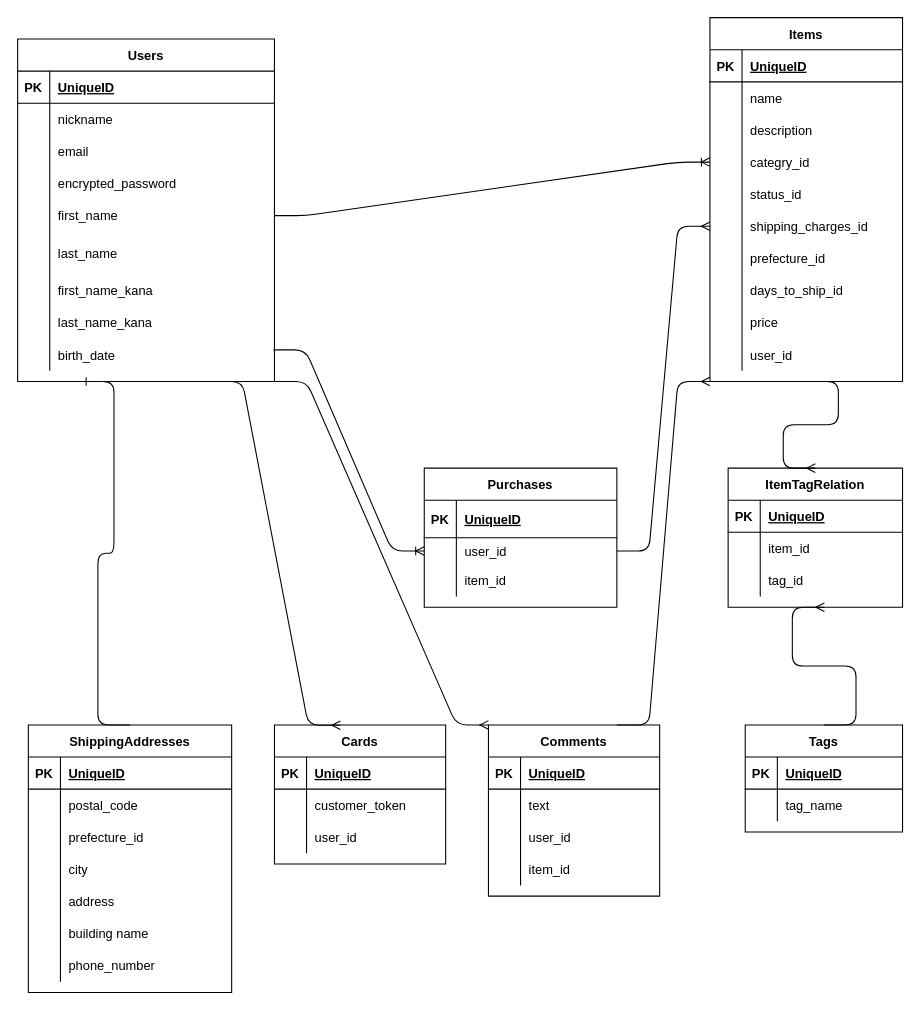
Earlier version of the draw.io diagram furima.dio (kandanaoki/furima-35832). Source tidied: cells renumbered, new cells numbered last; positions are measured from the earlier drawing's top-left corner, leaving out a move shared by most shapes. Both pictures are drawn from the tidied source at 107%, with x=0, y=0 at pixel (17, 17).
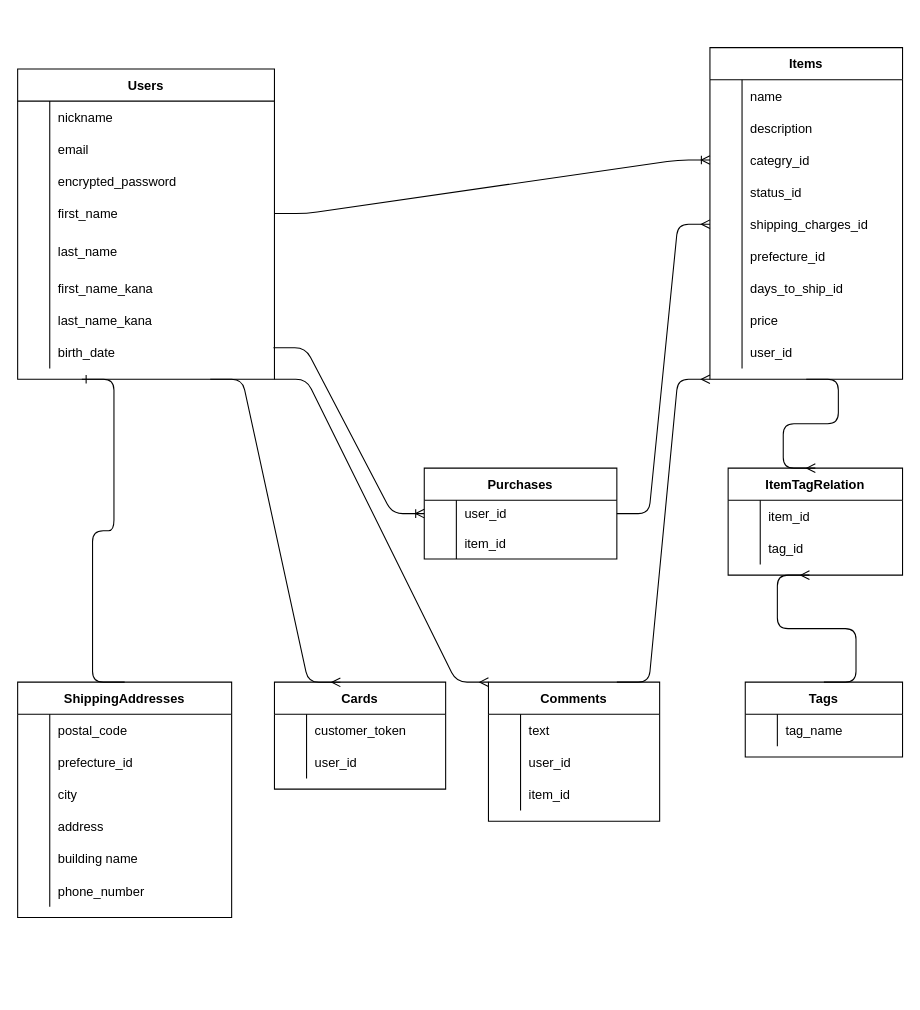
After the change.

The edit, as a diff of the source:
```diff
@@
     <mxCell id="2" value="Items" style="shape=table;startSize=30;childLayout=tableLayout;rowLines=0;fontStyle=1;align=center;" parent="1" vertex="1">
-      <mxGeometry x="647" width="180" height="340" as="geometry" />
+      <mxGeometry x="647" y="28" width="180" height="310" as="geometry" />
     </mxCell>
-    <mxCell id="3" style="shape=partialRectangle;fillColor=none;top=0;left=0;bottom=1;right=0;" parent="2" vertex="1">
-      <mxGeometry y="30" width="180" height="30" as="geometry" />
-    </mxCell>
-    <mxCell id="4" value="PK" style="shape=partialRectangle;fillColor=none;top=0;left=0;bottom=0;right=0;fontStyle=1;overflow=hidden;" parent="3" vertex="1">
-      <mxGeometry width="30" height="30" as="geometry" />
-    </mxCell>
-    <mxCell id="5" value="UniqueID" style="shape=partialRectangle;fillColor=none;top=0;left=0;bottom=0;right=0;align=left;spacingLeft=6;fontStyle=5;overflow=hidden;" parent="3" vertex="1">
-      <mxGeometry x="30" width="150" height="30" as="geometry" />
-    </mxCell>
     <mxCell id="6" style="shape=partialRectangle;fillColor=none;top=0;left=0;bottom=0;right=0;" parent="2" vertex="1">
-      <mxGeometry y="60" width="180" height="30" as="geometry" />
+      <mxGeometry y="30" width="180" height="30" as="geometry" />
     </mxCell>
@@
     <mxCell id="9" style="shape=partialRectangle;fillColor=none;top=0;left=0;bottom=0;right=0;" parent="2" vertex="1">
-      <mxGeometry y="90" width="180" height="30" as="geometry" />
+      <mxGeometry y="60" width="180" height="30" as="geometry" />
     </mxCell>
@@
     <mxCell id="12" style="shape=partialRectangle;fillColor=none;top=0;left=0;bottom=0;right=0;points=[[0,0.5],[1,0.5]];portConstraint=eastwest;" parent="2" vertex="1">
-      <mxGeometry y="120" width="180" height="30" as="geometry" />
+      <mxGeometry y="90" width="180" height="30" as="geometry" />
     </mxCell>
@@
     <mxCell id="15" style="shape=partialRectangle;fillColor=none;top=0;left=0;bottom=0;right=0;" parent="2" vertex="1">
-      <mxGeometry y="150" width="180" height="30" as="geometry" />
+      <mxGeometry y="120" width="180" height="30" as="geometry" />
     </mxCell>
@@
     <mxCell id="18" style="shape=partialRectangle;fillColor=none;top=0;left=0;bottom=0;right=0;points=[[0,0.5],[1,0.5]];portConstraint=eastwest;" parent="2" vertex="1">
-      <mxGeometry y="180" width="180" height="30" as="geometry" />
+      <mxGeometry y="150" width="180" height="30" as="geometry" />
     </mxCell>
@@
     <mxCell id="21" style="shape=partialRectangle;fillColor=none;top=0;left=0;bottom=0;right=0;" parent="2" vertex="1">
-      <mxGeometry y="210" width="180" height="30" as="geometry" />
+      <mxGeometry y="180" width="180" height="30" as="geometry" />
     </mxCell>
@@
     <mxCell id="24" style="shape=partialRectangle;fillColor=none;top=0;left=0;bottom=0;right=0;" parent="2" vertex="1">
-      <mxGeometry y="240" width="180" height="30" as="geometry" />
+      <mxGeometry y="210" width="180" height="30" as="geometry" />
     </mxCell>
@@
     <mxCell id="27" style="shape=partialRectangle;fillColor=none;top=0;left=0;bottom=0;right=0;" parent="2" vertex="1">
-      <mxGeometry y="270" width="180" height="30" as="geometry" />
+      <mxGeometry y="240" width="180" height="30" as="geometry" />
     </mxCell>
@@
     <mxCell id="30" style="shape=partialRectangle;fillColor=none;top=0;left=0;bottom=0;right=0;" parent="2" vertex="1">
-      <mxGeometry y="300" width="180" height="30" as="geometry" />
+      <mxGeometry y="270" width="180" height="30" as="geometry" />
     </mxCell>
@@
     <mxCell id="33" value="Purchases" style="shape=table;startSize=30;childLayout=tableLayout;rowLines=0;fontStyle=1;align=center;" parent="1" vertex="1">
-      <mxGeometry x="380" y="421" width="180" height="130" as="geometry" />
+      <mxGeometry x="380" y="421" width="180" height="85" as="geometry" />
     </mxCell>
-    <mxCell id="34" style="shape=partialRectangle;fillColor=none;top=0;left=0;bottom=1;right=0;" parent="33" vertex="1">
-      <mxGeometry y="30" width="180" height="35" as="geometry" />
-    </mxCell>
-    <mxCell id="35" value="PK" style="shape=partialRectangle;fillColor=none;top=0;left=0;bottom=0;right=0;fontStyle=1;overflow=hidden;" parent="34" vertex="1">
-      <mxGeometry width="30" height="35" as="geometry" />
-    </mxCell>
-    <mxCell id="36" value="UniqueID" style="shape=partialRectangle;fillColor=none;top=0;left=0;bottom=0;right=0;align=left;spacingLeft=6;fontStyle=5;overflow=hidden;" parent="34" vertex="1">
-      <mxGeometry x="30" width="150" height="35" as="geometry" />
-    </mxCell>
     <mxCell id="37" style="shape=partialRectangle;fillColor=none;top=0;left=0;bottom=0;right=0;points=[[0,0.5],[1,0.5]];portConstraint=eastwest;" parent="33" vertex="1">
-      <mxGeometry y="65" width="180" height="25" as="geometry" />
+      <mxGeometry y="30" width="180" height="25" as="geometry" />
     </mxCell>
@@
     <mxCell id="40" style="shape=partialRectangle;fillColor=none;top=0;left=0;bottom=0;right=0;" parent="33" vertex="1">
-      <mxGeometry y="90" width="180" height="30" as="geometry" />
+      <mxGeometry y="55" width="180" height="30" as="geometry" />
     </mxCell>
@@
     <mxCell id="43" value="ShippingAddresses" style="shape=table;startSize=30;childLayout=tableLayout;rowLines=0;fontStyle=1;align=center;" parent="1" vertex="1">
-      <mxGeometry x="10" y="661" width="190" height="250" as="geometry" />
+      <mxGeometry y="621" width="200" height="220" as="geometry" />
     </mxCell>
-    <mxCell id="44" style="shape=partialRectangle;fillColor=none;top=0;left=0;bottom=1;right=0;" parent="43" vertex="1">
-      <mxGeometry y="30" width="190" height="30" as="geometry" />
-    </mxCell>
-    <mxCell id="45" value="PK" style="shape=partialRectangle;fillColor=none;top=0;left=0;bottom=0;right=0;fontStyle=1;overflow=hidden;" parent="44" vertex="1">
-      <mxGeometry width="30" height="30" as="geometry" />
-    </mxCell>
-    <mxCell id="46" value="UniqueID" style="shape=partialRectangle;fillColor=none;top=0;left=0;bottom=0;right=0;align=left;spacingLeft=6;fontStyle=5;overflow=hidden;" parent="44" vertex="1">
-      <mxGeometry x="30" width="160" height="30" as="geometry" />
-    </mxCell>
     <mxCell id="47" style="shape=partialRectangle;fillColor=none;top=0;left=0;bottom=0;right=0;" parent="43" vertex="1">
-      <mxGeometry y="60" width="190" height="30" as="geometry" />
+      <mxGeometry y="30" width="200" height="30" as="geometry" />
     </mxCell>
@@
     <mxCell id="49" value="postal_code" style="shape=partialRectangle;fillColor=none;top=0;left=0;bottom=0;right=0;align=left;spacingLeft=6;overflow=hidden;" parent="47" vertex="1">
-      <mxGeometry x="30" width="160" height="30" as="geometry" />
+      <mxGeometry x="30" width="170" height="30" as="geometry" />
     </mxCell>
     <mxCell id="50" style="shape=partialRectangle;fillColor=none;top=0;left=0;bottom=0;right=0;" parent="43" vertex="1">
-      <mxGeometry y="90" width="190" height="30" as="geometry" />
+      <mxGeometry y="60" width="200" height="30" as="geometry" />
     </mxCell>
@@
     <mxCell id="52" value="prefecture_id" style="shape=partialRectangle;fillColor=none;top=0;left=0;bottom=0;right=0;align=left;spacingLeft=6;overflow=hidden;" parent="50" vertex="1">
-      <mxGeometry x="30" width="160" height="30" as="geometry" />
+      <mxGeometry x="30" width="170" height="30" as="geometry" />
     </mxCell>
     <mxCell id="53" style="shape=partialRectangle;fillColor=none;top=0;left=0;bottom=0;right=0;" parent="43" vertex="1">
-      <mxGeometry y="120" width="190" height="30" as="geometry" />
+      <mxGeometry y="90" width="200" height="30" as="geometry" />
     </mxCell>
@@
     <mxCell id="55" value="city" style="shape=partialRectangle;fillColor=none;top=0;left=0;bottom=0;right=0;align=left;spacingLeft=6;overflow=hidden;" parent="53" vertex="1">
-      <mxGeometry x="30" width="160" height="30" as="geometry" />
+      <mxGeometry x="30" width="170" height="30" as="geometry" />
     </mxCell>
     <mxCell id="56" style="shape=partialRectangle;fillColor=none;top=0;left=0;bottom=0;right=0;" parent="43" vertex="1">
-      <mxGeometry y="150" width="190" height="30" as="geometry" />
+      <mxGeometry y="120" width="200" height="30" as="geometry" />
     </mxCell>
@@
     <mxCell id="58" value="address" style="shape=partialRectangle;fillColor=none;top=0;left=0;bottom=0;right=0;align=left;spacingLeft=6;overflow=hidden;" parent="56" vertex="1">
-      <mxGeometry x="30" width="160" height="30" as="geometry" />
+      <mxGeometry x="30" width="170" height="30" as="geometry" />
     </mxCell>
     <mxCell id="59" style="shape=partialRectangle;fillColor=none;top=0;left=0;bottom=0;right=0;" parent="43" vertex="1">
-      <mxGeometry y="180" width="190" height="30" as="geometry" />
+      <mxGeometry y="150" width="200" height="30" as="geometry" />
     </mxCell>
@@
     <mxCell id="61" value="building name" style="shape=partialRectangle;fillColor=none;top=0;left=0;bottom=0;right=0;align=left;spacingLeft=6;overflow=hidden;" parent="59" vertex="1">
-      <mxGeometry x="30" width="160" height="30" as="geometry" />
+      <mxGeometry x="30" width="170" height="30" as="geometry" />
     </mxCell>
     <mxCell id="62" style="shape=partialRectangle;fillColor=none;top=0;left=0;bottom=0;right=0;" parent="43" vertex="1">
-      <mxGeometry y="210" width="190" height="30" as="geometry" />
+      <mxGeometry y="180" width="200" height="30" as="geometry" />
     </mxCell>
@@
     <mxCell id="64" value="phone_number" style="shape=partialRectangle;fillColor=none;top=0;left=0;bottom=0;right=0;align=left;spacingLeft=6;overflow=hidden;" parent="62" vertex="1">
-      <mxGeometry x="30" width="160" height="30" as="geometry" />
+      <mxGeometry x="30" width="170" height="30" as="geometry" />
     </mxCell>
     <mxCell id="65" value="Users" style="shape=table;startSize=30;childLayout=tableLayout;rowLines=0;fontStyle=1;align=center;" parent="1" vertex="1">
-      <mxGeometry y="20" width="240" height="320" as="geometry" />
+      <mxGeometry y="48" width="240" height="290" as="geometry" />
     </mxCell>
-    <mxCell id="66" style="shape=partialRectangle;fillColor=none;top=0;left=0;bottom=1;right=0;" parent="65" vertex="1">
-      <mxGeometry y="30" width="240" height="30" as="geometry" />
-    </mxCell>
-    <mxCell id="67" value="PK" style="shape=partialRectangle;fillColor=none;top=0;left=0;bottom=0;right=0;fontStyle=1;overflow=hidden;" parent="66" vertex="1">
-      <mxGeometry width="30" height="30" as="geometry" />
-    </mxCell>
-    <mxCell id="68" value="UniqueID" style="shape=partialRectangle;fillColor=none;top=0;left=0;bottom=0;right=0;align=left;spacingLeft=6;fontStyle=5;overflow=hidden;" parent="66" vertex="1">
-      <mxGeometry x="30" width="210" height="30" as="geometry" />
-    </mxCell>
     <mxCell id="69" style="shape=partialRectangle;fillColor=none;top=0;left=0;bottom=0;right=0;" parent="65" vertex="1">
-      <mxGeometry y="60" width="240" height="30" as="geometry" />
+      <mxGeometry y="30" width="240" height="30" as="geometry" />
     </mxCell>
@@
     <mxCell id="72" style="shape=partialRectangle;fillColor=none;top=0;left=0;bottom=0;right=0;" parent="65" vertex="1">
-      <mxGeometry y="90" width="240" height="30" as="geometry" />
+      <mxGeometry y="60" width="240" height="30" as="geometry" />
     </mxCell>
@@
     <mxCell id="75" style="shape=partialRectangle;fillColor=none;top=0;left=0;bottom=0;right=0;" parent="65" vertex="1">
-      <mxGeometry y="120" width="240" height="30" as="geometry" />
+      <mxGeometry y="90" width="240" height="30" as="geometry" />
     </mxCell>
@@
     <mxCell id="78" style="shape=partialRectangle;fillColor=none;top=0;left=0;bottom=0;right=0;points=[[0,0.5],[1,0.5]];portConstraint=eastwest;" parent="65" vertex="1">
-      <mxGeometry y="150" width="240" height="30" as="geometry" />
+      <mxGeometry y="120" width="240" height="30" as="geometry" />
     </mxCell>
@@
     <mxCell id="81" style="shape=partialRectangle;fillColor=none;top=0;left=0;bottom=0;right=0;" parent="65" vertex="1">
-      <mxGeometry y="180" width="240" height="40" as="geometry" />
+      <mxGeometry y="150" width="240" height="40" as="geometry" />
     </mxCell>
@@
     <mxCell id="84" style="shape=partialRectangle;fillColor=none;top=0;left=0;bottom=0;right=0;" parent="65" vertex="1">
-      <mxGeometry y="220" width="240" height="30" as="geometry" />
+      <mxGeometry y="190" width="240" height="30" as="geometry" />
     </mxCell>
@@
     <mxCell id="87" style="shape=partialRectangle;fillColor=none;top=0;left=0;bottom=0;right=0;" parent="65" vertex="1">
-      <mxGeometry y="250" width="240" height="30" as="geometry" />
+      <mxGeometry y="220" width="240" height="30" as="geometry" />
     </mxCell>
@@
     <mxCell id="90" style="shape=partialRectangle;fillColor=none;top=0;left=0;bottom=0;right=0;points=[[0,0.5],[1,0.5]];portConstraint=eastwest;" parent="65" vertex="1">
-      <mxGeometry y="280" width="240" height="30" as="geometry" />
+      <mxGeometry y="250" width="240" height="30" as="geometry" />
     </mxCell>
@@
     <mxCell id="96" value="Comments" style="shape=table;startSize=30;childLayout=tableLayout;rowLines=0;fontStyle=1;align=center;" parent="1" vertex="1">
-      <mxGeometry x="440" y="661" width="160" height="160" as="geometry" />
+      <mxGeometry x="440" y="621" width="160" height="130" as="geometry" />
     </mxCell>
-    <mxCell id="97" style="shape=partialRectangle;fillColor=none;top=0;left=0;bottom=1;right=0;" parent="96" vertex="1">
-      <mxGeometry y="30" width="160" height="30" as="geometry" />
-    </mxCell>
-    <mxCell id="98" value="PK" style="shape=partialRectangle;fillColor=none;top=0;left=0;bottom=0;right=0;fontStyle=1;overflow=hidden;" parent="97" vertex="1">
-      <mxGeometry width="30" height="30" as="geometry" />
-    </mxCell>
-    <mxCell id="99" value="UniqueID" style="shape=partialRectangle;fillColor=none;top=0;left=0;bottom=0;right=0;align=left;spacingLeft=6;fontStyle=5;overflow=hidden;" parent="97" vertex="1">
-      <mxGeometry x="30" width="130" height="30" as="geometry" />
-    </mxCell>
     <mxCell id="100" style="shape=partialRectangle;fillColor=none;top=0;left=0;bottom=0;right=0;points=[[0,0.5],[1,0.5]];portConstraint=eastwest;" parent="96" vertex="1">
-      <mxGeometry y="60" width="160" height="30" as="geometry" />
+      <mxGeometry y="30" width="160" height="30" as="geometry" />
     </mxCell>
@@
     <mxCell id="103" style="shape=partialRectangle;fillColor=none;top=0;left=0;bottom=0;right=0;" parent="96" vertex="1">
-      <mxGeometry y="90" width="160" height="30" as="geometry" />
+      <mxGeometry y="60" width="160" height="30" as="geometry" />
     </mxCell>
@@
     <mxCell id="106" style="shape=partialRectangle;fillColor=none;top=0;left=0;bottom=0;right=0;" parent="96" vertex="1">
-      <mxGeometry y="120" width="160" height="30" as="geometry" />
+      <mxGeometry y="90" width="160" height="30" as="geometry" />
     </mxCell>
@@
     <mxCell id="111" value="Cards" style="shape=table;startSize=30;childLayout=tableLayout;rowLines=0;fontStyle=1;align=center;" parent="1" vertex="1">
-      <mxGeometry x="240" y="661" width="160" height="130" as="geometry" />
+      <mxGeometry x="240" y="621" width="160" height="100" as="geometry" />
     </mxCell>
-    <mxCell id="112" style="shape=partialRectangle;fillColor=none;top=0;left=0;bottom=1;right=0;" parent="111" vertex="1">
-      <mxGeometry y="30" width="160" height="30" as="geometry" />
-    </mxCell>
-    <mxCell id="113" value="PK" style="shape=partialRectangle;fillColor=none;top=0;left=0;bottom=0;right=0;fontStyle=1;overflow=hidden;" parent="112" vertex="1">
-      <mxGeometry width="30" height="30" as="geometry" />
-    </mxCell>
-    <mxCell id="114" value="UniqueID" style="shape=partialRectangle;fillColor=none;top=0;left=0;bottom=0;right=0;align=left;spacingLeft=6;fontStyle=5;overflow=hidden;" parent="112" vertex="1">
-      <mxGeometry x="30" width="130" height="30" as="geometry" />
-    </mxCell>
     <mxCell id="115" style="shape=partialRectangle;fillColor=none;top=0;left=0;bottom=0;right=0;" parent="111" vertex="1">
-      <mxGeometry y="60" width="160" height="30" as="geometry" />
+      <mxGeometry y="30" width="160" height="30" as="geometry" />
     </mxCell>
@@
     <mxCell id="118" style="shape=partialRectangle;fillColor=none;top=0;left=0;bottom=0;right=0;" parent="111" vertex="1">
-      <mxGeometry y="90" width="160" height="30" as="geometry" />
+      <mxGeometry y="60" width="160" height="30" as="geometry" />
     </mxCell>
@@
     <mxCell id="123" value="ItemTagRelation" style="shape=table;startSize=30;childLayout=tableLayout;rowLines=0;fontStyle=1;align=center;" parent="1" vertex="1">
-      <mxGeometry x="664" y="421" width="163" height="130" as="geometry" />
+      <mxGeometry x="664" y="421" width="163" height="100" as="geometry" />
     </mxCell>
-    <mxCell id="124" style="shape=partialRectangle;fillColor=none;top=0;left=0;bottom=1;right=0;" parent="123" vertex="1">
-      <mxGeometry y="30" width="163" height="30" as="geometry" />
-    </mxCell>
-    <mxCell id="125" value="PK" style="shape=partialRectangle;fillColor=none;top=0;left=0;bottom=0;right=0;fontStyle=1;overflow=hidden;" parent="124" vertex="1">
-      <mxGeometry width="30" height="30" as="geometry" />
-    </mxCell>
-    <mxCell id="126" value="UniqueID" style="shape=partialRectangle;fillColor=none;top=0;left=0;bottom=0;right=0;align=left;spacingLeft=6;fontStyle=5;overflow=hidden;" parent="124" vertex="1">
-      <mxGeometry x="30" width="133" height="30" as="geometry" />
-    </mxCell>
     <mxCell id="127" style="shape=partialRectangle;fillColor=none;top=0;left=0;bottom=0;right=0;" parent="123" vertex="1">
-      <mxGeometry y="60" width="163" height="30" as="geometry" />
+      <mxGeometry y="30" width="163" height="30" as="geometry" />
     </mxCell>
@@
     <mxCell id="130" style="shape=partialRectangle;fillColor=none;top=0;left=0;bottom=0;right=0;" parent="123" vertex="1">
-      <mxGeometry y="90" width="163" height="30" as="geometry" />
+      <mxGeometry y="60" width="163" height="30" as="geometry" />
     </mxCell>
@@
     <mxCell id="135" value="Tags" style="shape=table;startSize=30;childLayout=tableLayout;rowLines=0;fontStyle=1;align=center;" parent="1" vertex="1">
-      <mxGeometry x="680" y="661" width="147" height="100" as="geometry" />
+      <mxGeometry x="680" y="621" width="147" height="70" as="geometry" />
     </mxCell>
-    <mxCell id="136" style="shape=partialRectangle;fillColor=none;top=0;left=0;bottom=1;right=0;" parent="135" vertex="1">
-      <mxGeometry y="30" width="147" height="30" as="geometry" />
-    </mxCell>
-    <mxCell id="137" value="PK" style="shape=partialRectangle;fillColor=none;top=0;left=0;bottom=0;right=0;fontStyle=1;overflow=hidden;" parent="136" vertex="1">
-      <mxGeometry width="30" height="30" as="geometry" />
-    </mxCell>
-    <mxCell id="138" value="UniqueID" style="shape=partialRectangle;fillColor=none;top=0;left=0;bottom=0;right=0;align=left;spacingLeft=6;fontStyle=5;overflow=hidden;" parent="136" vertex="1">
-      <mxGeometry x="30" width="117" height="30" as="geometry" />
-    </mxCell>
     <mxCell id="139" style="shape=partialRectangle;fillColor=none;top=0;left=0;bottom=0;right=0;" parent="135" vertex="1">
-      <mxGeometry y="60" width="147" height="30" as="geometry" />
+      <mxGeometry y="30" width="147" height="30" as="geometry" />
     </mxCell>
@@
     <mxCell id="142" style="edgeStyle=entityRelationEdgeStyle;fontSize=12;html=1;endArrow=ERmany;exitX=0.5;exitY=0;exitDx=0;exitDy=0;" parent="1" edge="1" source="135">
       <mxGeometry relative="1" as="geometry">
-        <mxPoint x="754" y="551" as="targetPoint" />
+        <mxPoint x="740" y="521" as="targetPoint" />
       </mxGeometry>
     </mxCell>
```
